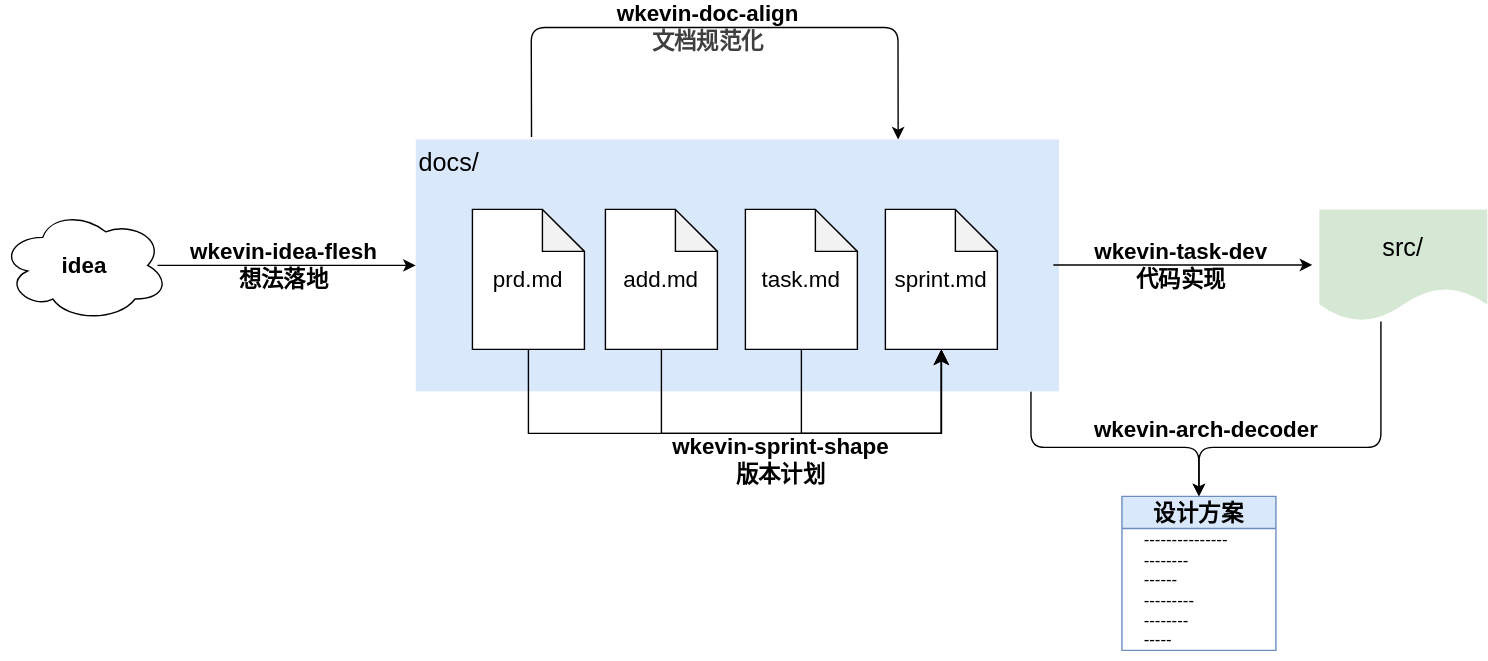
The draw.io diagram dev.drawio.svg in wkevin/skills, before a commit. Source tidied: cells renumbered, new cells last; positions are measured from the earlier drawing's top-left corner, leaving out a move shared by most shapes. The source it was exported from:
```xml
<mxGraphModel>
  <root>
    <mxCell id="0" />
    <mxCell id="1" parent="0" />
    <mxCell id="2" style="edgeStyle=orthogonalEdgeStyle;html=1;entryX=0.5;entryY=0;entryDx=0;entryDy=0;" parent="1" edge="1" source="3" target="18">
      <mxGeometry relative="1" as="geometry">
        <Array as="points">
          <mxPoint x="736" y="300" />
          <mxPoint x="856" y="300" />
          <mxPoint x="856" y="330" />
        </Array>
      </mxGeometry>
    </mxCell>
    <mxCell id="3" value="docs/" style="rounded=0;whiteSpace=wrap;html=1;fontSize=18;verticalAlign=top;align=left;fontStyle=0;fillColor=#dae8fc;strokeColor=none;" parent="1" vertex="1">
      <mxGeometry x="296.5" y="80" width="459.5" height="180" as="geometry" />
    </mxCell>
    <mxCell id="4" value="prd.md" style="shape=note;whiteSpace=wrap;html=1;backgroundOutline=1;darkOpacity=0.05;fontSize=16;fontStyle=0;" parent="1" vertex="1">
      <mxGeometry x="337" y="130" width="80" height="100" as="geometry" />
    </mxCell>
    <mxCell id="5" value="add.md" style="shape=note;whiteSpace=wrap;html=1;backgroundOutline=1;darkOpacity=0.05;fontSize=16;fontStyle=0;" parent="1" vertex="1">
      <mxGeometry x="432" y="130" width="80" height="100" as="geometry" />
    </mxCell>
    <mxCell id="6" value="task.md" style="shape=note;whiteSpace=wrap;html=1;backgroundOutline=1;darkOpacity=0.05;fontSize=16;fontStyle=0;" parent="1" vertex="1">
      <mxGeometry x="532" y="130" width="80" height="100" as="geometry" />
    </mxCell>
    <mxCell id="7" value="sprint.md" style="shape=note;whiteSpace=wrap;html=1;backgroundOutline=1;darkOpacity=0.05;fontSize=16;fontStyle=0;" parent="1" vertex="1">
      <mxGeometry x="632" y="130" width="80" height="100" as="geometry" />
    </mxCell>
    <mxCell id="8" value="wkevin-idea-flesh&lt;div&gt;想法落地&lt;/div&gt;" style="endArrow=classic;html=1;fontSize=16;labelBackgroundColor=none;fontStyle=1;" parent="1" edge="1" target="3">
      <mxGeometry x="-0.02" relative="1" as="geometry">
        <mxPoint x="112" y="170" as="sourcePoint" />
      </mxGeometry>
    </mxCell>
    <mxCell id="9" value="wkevin-doc-align&lt;div&gt;&lt;span style=&quot;color: rgb(63, 63, 63); background-color: transparent;&quot;&gt;文档规范化&lt;/span&gt;&lt;/div&gt;" style="endArrow=classic;html=1;fontSize=16;entryX=0.75;entryY=0;entryDx=0;entryDy=0;exitX=0.18;exitY=-0.01;exitDx=0;exitDy=0;exitPerimeter=0;labelBackgroundColor=none;fontStyle=1;" parent="1" edge="1" source="3" target="3">
      <mxGeometry x="-0.03" relative="1" as="geometry">
        <Array as="points">
          <mxPoint x="379" />
          <mxPoint x="641" />
        </Array>
      </mxGeometry>
    </mxCell>
    <mxCell id="10" value="idea" style="ellipse;shape=cloud;whiteSpace=wrap;html=1;fontSize=16;fontStyle=1;" parent="1" vertex="1">
      <mxGeometry y="130" width="120" height="80" as="geometry" />
    </mxCell>
    <mxCell id="11" style="edgeStyle=segmentEdgeStyle;endArrow=classic;html=1;curved=0;rounded=0;endSize=8;startSize=8;entryX=0.5;entryY=1;entryDx=0;entryDy=0;entryPerimeter=0;exitX=0.5;exitY=1;exitDx=0;exitDy=0;exitPerimeter=0;" parent="1" edge="1" source="6" target="7">
      <mxGeometry relative="1" as="geometry">
        <Array as="points">
          <mxPoint x="612" y="290" />
          <mxPoint x="732" y="290" />
        </Array>
      </mxGeometry>
    </mxCell>
    <mxCell id="12" style="edgeStyle=segmentEdgeStyle;endArrow=classic;html=1;curved=0;rounded=0;endSize=8;startSize=8;entryX=0.5;entryY=1;entryDx=0;entryDy=0;entryPerimeter=0;exitX=0.5;exitY=1;exitDx=0;exitDy=0;exitPerimeter=0;" parent="1" edge="1" source="5" target="7">
      <mxGeometry relative="1" as="geometry">
        <Array as="points">
          <mxPoint x="492" y="290" />
          <mxPoint x="732" y="290" />
        </Array>
      </mxGeometry>
    </mxCell>
    <mxCell id="13" style="edgeStyle=segmentEdgeStyle;endArrow=classic;html=1;curved=0;rounded=0;endSize=8;startSize=8;entryX=0.5;entryY=1;entryDx=0;entryDy=0;entryPerimeter=0;exitX=0.5;exitY=1;exitDx=0;exitDy=0;exitPerimeter=0;" parent="1" edge="1" source="4" target="7">
      <mxGeometry relative="1" as="geometry">
        <Array as="points">
          <mxPoint x="377" y="290" />
          <mxPoint x="672" y="290" />
        </Array>
      </mxGeometry>
    </mxCell>
    <mxCell id="14" value="wkevin-sprint-shape&lt;div&gt;版本计划&lt;/div&gt;" style="text;html=1;align=center;verticalAlign=middle;strokeColor=none;fillColor=none;fontSize=16;fontStyle=1;" parent="1" vertex="1">
      <mxGeometry x="472" y="284" width="170" height="50" as="geometry" />
    </mxCell>
    <mxCell id="15" value="wkevin-task-dev&lt;div&gt;代码实现&lt;/div&gt;" style="endArrow=classic;html=1;fontSize=16;labelBackgroundColor=none;fontStyle=1;" parent="1" edge="1">
      <mxGeometry x="-0.02" relative="1" as="geometry">
        <mxPoint x="752" y="169.7" as="sourcePoint" />
        <mxPoint x="937" y="169.7" as="targetPoint" />
      </mxGeometry>
    </mxCell>
    <mxCell id="16" style="edgeStyle=orthogonalEdgeStyle;html=1;entryX=0.5;entryY=0;entryDx=0;entryDy=0;" parent="1" edge="1" source="17" target="18">
      <mxGeometry relative="1" as="geometry">
        <Array as="points">
          <mxPoint x="986" y="300" />
          <mxPoint x="856" y="300" />
          <mxPoint x="856" y="330" />
        </Array>
      </mxGeometry>
    </mxCell>
    <mxCell id="17" value="src/" style="shape=document;whiteSpace=wrap;html=1;boundedLbl=1;fontSize=18;fontStyle=0;fillColor=#d5e8d4;strokeColor=none;" parent="1" vertex="1">
      <mxGeometry x="942" y="130" width="120" height="80" as="geometry" />
    </mxCell>
    <mxCell id="18" value="设计方案" style="swimlane;whiteSpace=wrap;html=1;fillColor=#dae8fc;strokeColor=#6c8ebf;fontSize=16;" parent="1" vertex="1">
      <mxGeometry x="801" y="335" width="110" height="110" as="geometry" />
    </mxCell>
    <mxCell id="19" value="---------------&lt;div&gt;&amp;nbsp; &amp;nbsp;--------&lt;/div&gt;&lt;div&gt;&amp;nbsp; &amp;nbsp;------&lt;/div&gt;&lt;div&gt;&amp;nbsp; &amp;nbsp; &amp;nbsp; ---------&lt;/div&gt;&lt;div&gt;--------&lt;/div&gt;&lt;div&gt;&amp;nbsp; &amp;nbsp;-----&lt;/div&gt;" style="text;html=1;align=left;verticalAlign=middle;strokeColor=none;fillColor=none;" parent="18" vertex="1">
      <mxGeometry x="14" y="17" width="80" height="100" as="geometry" />
    </mxCell>
    <mxCell id="20" value="wkevin-arch-decoder" style="text;html=1;align=center;verticalAlign=middle;strokeColor=none;fillColor=none;fontSize=16;fontStyle=1;" parent="1" vertex="1">
      <mxGeometry x="776" y="272" width="170" height="30" as="geometry" />
    </mxCell>
  </root>
</mxGraphModel>
```
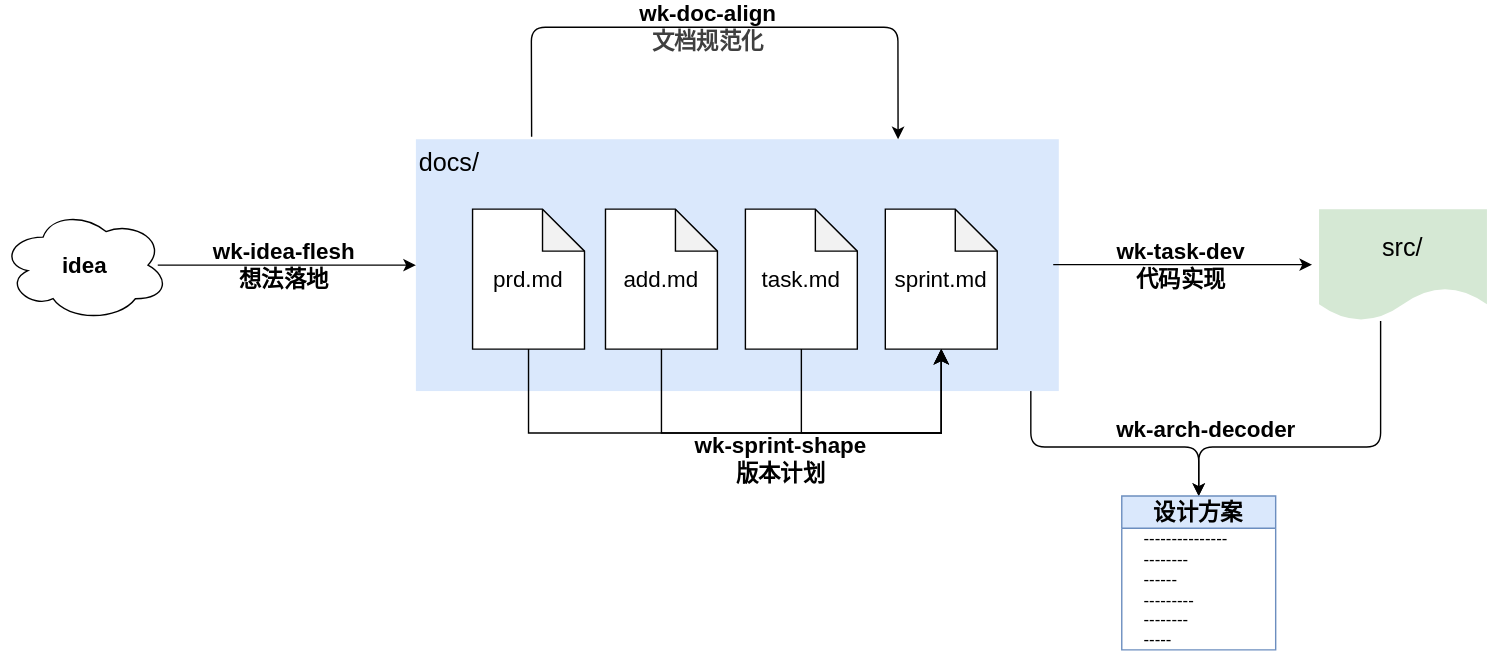
Above is the later version.

The edit, as a diff of the source:
```diff
@@ -26,12 +26,12 @@
     <mxCell id="7" value="sprint.md" style="shape=note;whiteSpace=wrap;html=1;backgroundOutline=1;darkOpacity=0.05;fontSize=16;fontStyle=0;" parent="1" vertex="1">
       <mxGeometry x="632" y="130" width="80" height="100" as="geometry" />
     </mxCell>
-    <mxCell id="8" value="wkevin-idea-flesh&lt;div&gt;想法落地&lt;/div&gt;" style="endArrow=classic;html=1;fontSize=16;labelBackgroundColor=none;fontStyle=1;" parent="1" edge="1" target="3">
+    <mxCell id="8" value="wk-idea-flesh&lt;div&gt;想法落地&lt;/div&gt;" style="endArrow=classic;html=1;fontSize=16;labelBackgroundColor=none;fontStyle=1;" parent="1" edge="1" target="3">
       <mxGeometry x="-0.02" relative="1" as="geometry">
         <mxPoint x="112" y="170" as="sourcePoint" />
       </mxGeometry>
     </mxCell>
-    <mxCell id="9" value="wkevin-doc-align&lt;div&gt;&lt;span style=&quot;color: rgb(63, 63, 63); background-color: transparent;&quot;&gt;文档规范化&lt;/span&gt;&lt;/div&gt;" style="endArrow=classic;html=1;fontSize=16;entryX=0.75;entryY=0;entryDx=0;entryDy=0;exitX=0.18;exitY=-0.01;exitDx=0;exitDy=0;exitPerimeter=0;labelBackgroundColor=none;fontStyle=1;" parent="1" edge="1" source="3" target="3">
+    <mxCell id="9" value="wk-doc-align&lt;div&gt;&lt;span style=&quot;color: rgb(63, 63, 63); background-color: transparent;&quot;&gt;文档规范化&lt;/span&gt;&lt;/div&gt;" style="endArrow=classic;html=1;fontSize=16;entryX=0.75;entryY=0;entryDx=0;entryDy=0;exitX=0.18;exitY=-0.01;exitDx=0;exitDy=0;exitPerimeter=0;labelBackgroundColor=none;fontStyle=1;" parent="1" edge="1" source="3" target="3">
       <mxGeometry x="-0.03" relative="1" as="geometry">
         <Array as="points">
           <mxPoint x="379" />
@@ -66,10 +66,10 @@
         </Array>
       </mxGeometry>
     </mxCell>
-    <mxCell id="14" value="wkevin-sprint-shape&lt;div&gt;版本计划&lt;/div&gt;" style="text;html=1;align=center;verticalAlign=middle;strokeColor=none;fillColor=none;fontSize=16;fontStyle=1;" parent="1" vertex="1">
-      <mxGeometry x="472" y="284" width="170" height="50" as="geometry" />
+    <mxCell id="14" value="wk-sprint-shape&lt;div&gt;版本计划&lt;/div&gt;" style="text;html=1;align=center;verticalAlign=middle;strokeColor=none;fillColor=none;fontSize=16;fontStyle=1;" parent="1" vertex="1">
+      <mxGeometry x="487" y="284" width="140" height="50" as="geometry" />
     </mxCell>
-    <mxCell id="15" value="wkevin-task-dev&lt;div&gt;代码实现&lt;/div&gt;" style="endArrow=classic;html=1;fontSize=16;labelBackgroundColor=none;fontStyle=1;" parent="1" edge="1">
+    <mxCell id="15" value="wk-task-dev&lt;div&gt;代码实现&lt;/div&gt;" style="endArrow=classic;html=1;fontSize=16;labelBackgroundColor=none;fontStyle=1;" parent="1" edge="1">
       <mxGeometry x="-0.02" relative="1" as="geometry">
         <mxPoint x="752" y="169.7" as="sourcePoint" />
         <mxPoint x="937" y="169.7" as="targetPoint" />
@@ -93,8 +93,8 @@
     <mxCell id="19" value="---------------&lt;div&gt;&amp;nbsp; &amp;nbsp;--------&lt;/div&gt;&lt;div&gt;&amp;nbsp; &amp;nbsp;------&lt;/div&gt;&lt;div&gt;&amp;nbsp; &amp;nbsp; &amp;nbsp; ---------&lt;/div&gt;&lt;div&gt;--------&lt;/div&gt;&lt;div&gt;&amp;nbsp; &amp;nbsp;-----&lt;/div&gt;" style="text;html=1;align=left;verticalAlign=middle;strokeColor=none;fillColor=none;" parent="18" vertex="1">
       <mxGeometry x="14" y="17" width="80" height="100" as="geometry" />
     </mxCell>
-    <mxCell id="20" value="wkevin-arch-decoder" style="text;html=1;align=center;verticalAlign=middle;strokeColor=none;fillColor=none;fontSize=16;fontStyle=1;" parent="1" vertex="1">
-      <mxGeometry x="776" y="272" width="170" height="30" as="geometry" />
+    <mxCell id="20" value="wk-arch-decoder" style="text;html=1;align=center;verticalAlign=middle;strokeColor=none;fillColor=none;fontSize=16;fontStyle=1;" parent="1" vertex="1">
+      <mxGeometry x="791" y="272" width="140" height="30" as="geometry" />
     </mxCell>
   </root>
 </mxGraphModel>
```
